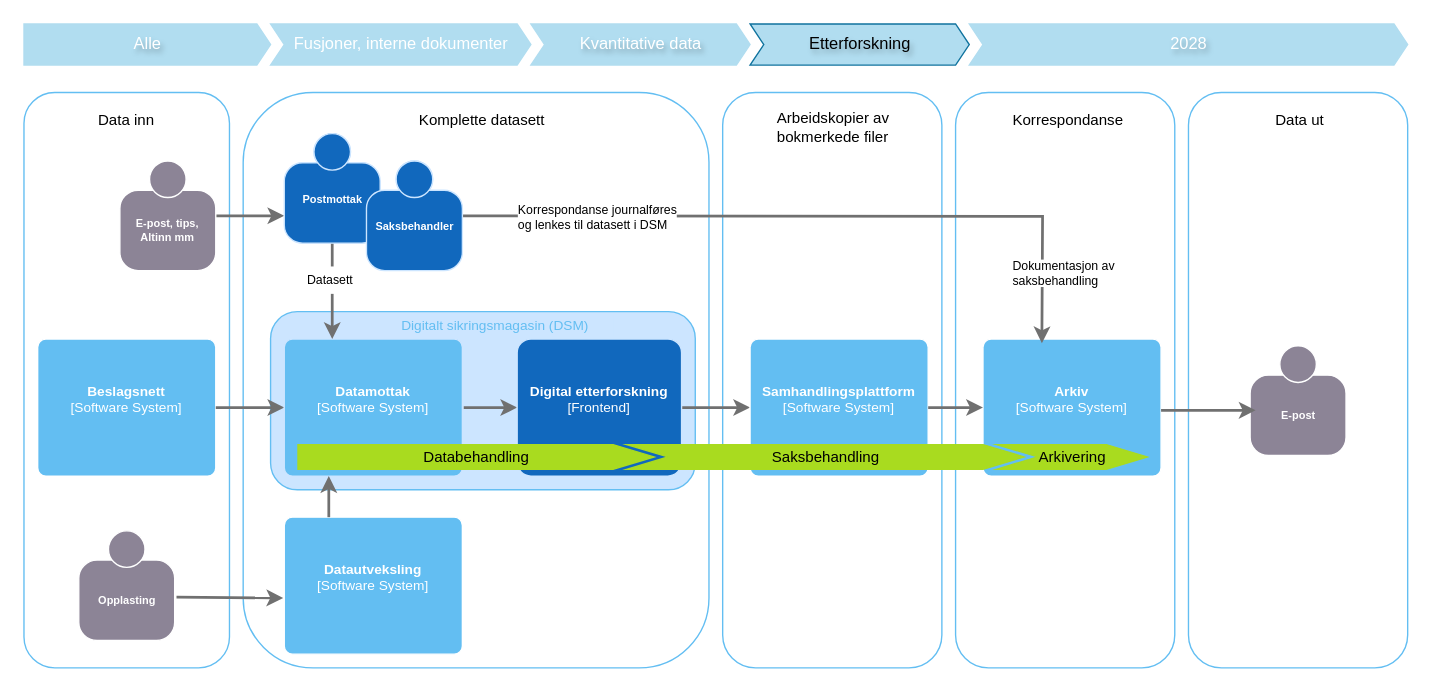
The draw.io diagram page "2026 Etterforskning" (4 of 8) of dataflyt.drawio in mortenee/draw.io, before the edit. Source tidied: cells renumbered, new cells numbered last; positions are measured from the earlier drawing's top-left corner, leaving out a move shared by most shapes. Both pictures are drawn from the tidied source at 137%, with x=0, y=0 at pixel (23, 23).
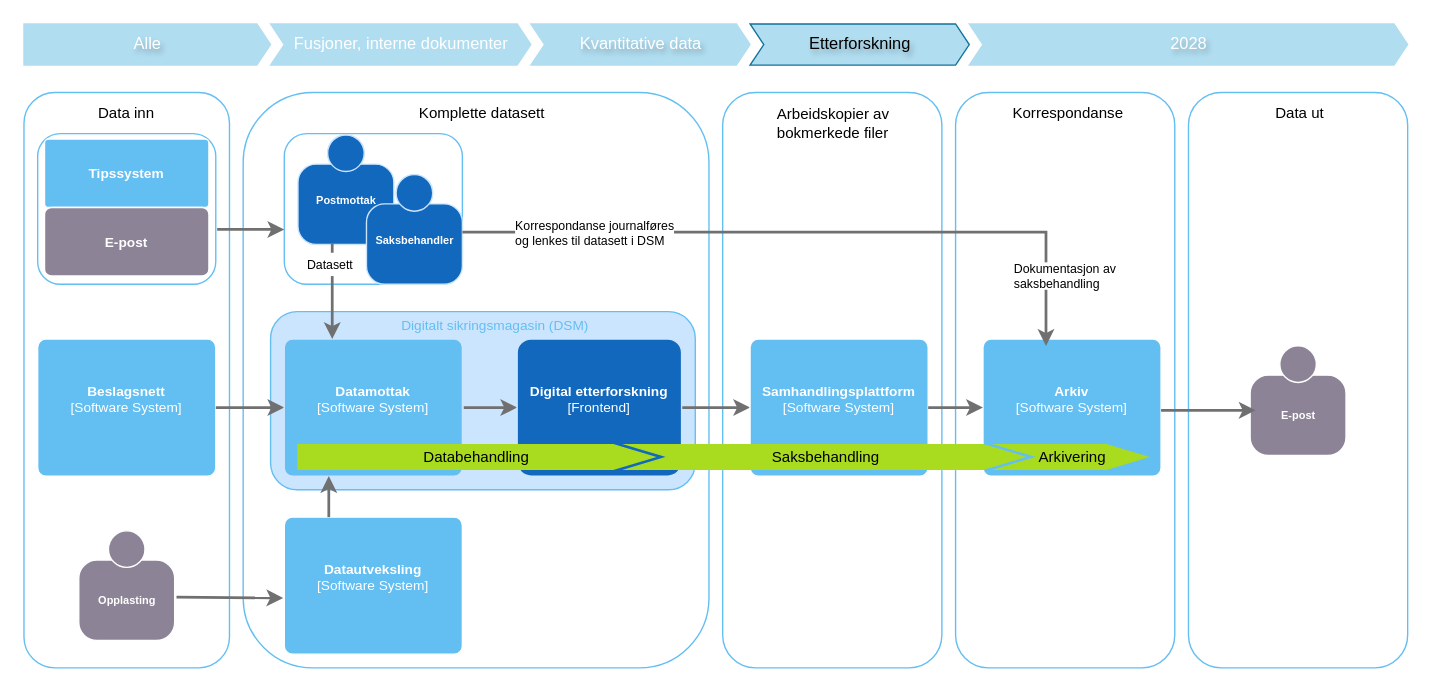
Above is the later version.

Change to the diagram source:
```diff
@@
     <mxCell id="14" value="Data inn" style="whiteSpace=wrap;html=1;gradientColor=none;strokeColor=none;fontSize=11;" parent="1" vertex="1">
-      <mxGeometry x="31" y="60" width="88" height="20" as="geometry" />
+      <mxGeometry x="31" y="55" width="88" height="20" as="geometry" />
     </mxCell>
     <mxCell id="15" value="&amp;nbsp; &amp;nbsp;Komplette datasett" style="whiteSpace=wrap;html=1;gradientColor=none;strokeColor=none;fontSize=11;" parent="1" vertex="1">
-      <mxGeometry x="214" y="60" width="232" height="20" as="geometry" />
+      <mxGeometry x="214" y="55" width="232" height="20" as="geometry" />
     </mxCell>
     <mxCell id="16" value="Arbeidskopier av bokmerkede filer" style="whiteSpace=wrap;html=1;gradientColor=none;strokeColor=none;align=left;fontSize=11;" parent="1" vertex="1">
-      <mxGeometry x="548" y="66" width="90" height="20" as="geometry" />
+      <mxGeometry x="548" y="63" width="90" height="20" as="geometry" />
     </mxCell>
     <mxCell id="17" value="Korrespondanse" style="whiteSpace=wrap;html=1;gradientColor=none;strokeColor=none;align=left;fontSize=11;" parent="1" vertex="1">
-      <mxGeometry x="720" y="60" width="105" height="20" as="geometry" />
+      <mxGeometry x="720" y="55" width="105" height="20" as="geometry" />
     </mxCell>
@@
     <mxCell id="20" value="Data ut" style="whiteSpace=wrap;html=1;gradientColor=none;strokeColor=none;fontSize=11;" parent="1" vertex="1">
-      <mxGeometry x="895" y="60" width="72.5" height="20" as="geometry" />
+      <mxGeometry x="895" y="55" width="72.5" height="20" as="geometry" />
     </mxCell>
@@
-    <mxCell id="31" style="edgeStyle=orthogonalEdgeStyle;rounded=0;orthogonalLoop=1;jettySize=auto;html=1;strokeColor=#707070;strokeWidth=2;fontColor=#707070;exitX=1;exitY=0.5;exitDx=0;exitDy=0;exitPerimeter=0;entryX=0.331;entryY=0.02;entryDx=0;entryDy=0;entryPerimeter=0;" parent="1" edge="1">
-      <mxGeometry relative="1" as="geometry">
-        <mxPoint x="320" y="140" as="sourcePoint" />
-        <mxPoint x="743" y="233" as="targetPoint" />
-      </mxGeometry>
-    </mxCell>
-    <mxCell id="32" value="Korrespondanse journalføres&lt;div&gt;&lt;span style=&quot;color: light-dark(rgb(0, 0, 0), rgb(255, 255, 255));&quot;&gt;og lenkes&amp;nbsp;&lt;/span&gt;&lt;span style=&quot;color: light-dark(rgb(0, 0, 0), rgb(255, 255, 255));&quot;&gt;til datasett i DSM&lt;/span&gt;&lt;/div&gt;" style="edgeLabel;html=1;align=left;verticalAlign=middle;fontSize=9;" parent="31" vertex="1">
-      <mxGeometry x="-0.74" y="-1" relative="1" as="geometry">
-        <mxPoint x="-28" y="-1" as="offset" />
-      </mxGeometry>
-    </mxCell>
@@
-    <mxCell id="39" style="edgeStyle=none;rounded=0;jettySize=auto;html=1;strokeColor=#707070;strokeWidth=2;fontColor=#707070;" parent="1" edge="1" source="40">
-      <mxGeometry relative="1" as="geometry">
-        <mxPoint x="190" y="140" as="targetPoint" />
-      </mxGeometry>
-    </mxCell>
-    <object id="40" label="&lt;b&gt;%c4Name%&lt;/b&gt;&lt;div&gt;%c4Description%&lt;/div&gt;" c4Description="" c4Name="E-post, tips, Altinn mm" placeholders="1">
-      <mxCell style="html=1;dashed=0;whitespace=wrap;fillColor=#8C8496;strokeColor=#FFFFFF;fontColor=#ffffff;shape=mxgraph.c4.person;align=center;points=[[0.5,0,0],[1,0.5,0],[1,0.75,0],[0.75,1,0],[0.5,1,0],[0.25,1,0],[0,0.75,0],[0,0.5,0]];metaData={&quot;c4Type&quot;:{&quot;editable&quot;:false}};rounded=1;verticalAlign=middle;arcSize=10;fontFamily=Helvetica;fontSize=8;labelBackgroundColor=none;whiteSpace=wrap;" parent="1" vertex="1">
-        <mxGeometry x="70" y="100" width="70" height="80" as="geometry" />
-      </mxCell>
-    </object>
-    <mxCell id="41" style="edgeStyle=none;rounded=0;jettySize=auto;html=1;strokeColor=#707070;strokeWidth=2;fontColor=#707070;exitX=0.5;exitY=1;exitDx=0;exitDy=0;exitPerimeter=0;" parent="1" edge="1" source="42">
-      <mxGeometry relative="1" as="geometry">
-        <mxPoint x="225" y="230" as="targetPoint" />
-      </mxGeometry>
-    </mxCell>
+    <mxCell id="46" style="rounded=1;whiteSpace=wrap;html=1;labelBorderColor=none;shadow=0;strokeColor=#63BEF2;" parent="1" vertex="1">
+      <mxGeometry x="190" y="80" width="130" height="110" as="geometry" />
+    </mxCell>
     <object id="42" label="&lt;b&gt;%c4Name%&lt;/b&gt;&lt;div&gt;%c4Description%&lt;/div&gt;" c4Description="" c4Name=" Postmottak" placeholders="1">
       <mxCell style="html=1;dashed=0;whitespace=wrap;fillColor=#1168BD;strokeColor=#CCE5FF;fontColor=#ffffff;shape=mxgraph.c4.person;align=center;points=[[0.5,0,0],[1,0.5,0],[1,0.75,0],[0.75,1,0],[0.5,1,0],[0.25,1,0],[0,0.75,0],[0,0.5,0]];metaData={&quot;c4Type&quot;:{&quot;editable&quot;:false}};rounded=1;verticalAlign=middle;arcSize=10;fontFamily=Helvetica;fontSize=8;labelBackgroundColor=none;spacingBottom=6;" parent="1" vertex="1">
-        <mxGeometry x="190" y="80" width="70" height="80" as="geometry" />
+        <mxGeometry x="200" y="81" width="70" height="80" as="geometry" />
       </mxCell>
     </object>
     <object id="43" label="&lt;b&gt;%c4Name%&lt;/b&gt;&lt;div&gt;%c4Description%&lt;/div&gt;" c4Description="" c4Name="Saksbehandler" placeholders="1">
       <mxCell style="html=1;dashed=0;whitespace=wrap;fillColor=#1168BD;strokeColor=#CCE5FF;fontColor=#ffffff;shape=mxgraph.c4.person;align=center;metaData={&quot;c4Type&quot;:{&quot;editable&quot;:false}};rounded=1;verticalAlign=middle;arcSize=10;fontFamily=Helvetica;fontSize=8;labelBackgroundColor=none;spacingBottom=6;" parent="1" vertex="1">
-        <mxGeometry x="250" y="100" width="70" height="80" as="geometry" />
+        <mxGeometry x="250" y="110" width="70" height="80" as="geometry" />
       </mxCell>
     </object>
+    <mxCell id="47" style="edgeStyle=none;rounded=0;orthogonalLoop=1;jettySize=auto;html=1;strokeColor=#707070;strokeWidth=2;fontColor=#707070;exitX=0.5;exitY=1;exitDx=0;exitDy=0;exitPerimeter=0;" parent="1" edge="1">
+      <mxGeometry relative="1" as="geometry">
+        <mxPoint x="225" y="160" as="sourcePoint" />
+        <mxPoint x="225" y="230" as="targetPoint" />
+      </mxGeometry>
+    </mxCell>
+    <mxCell id="45" value="Datasett" style="whiteSpace=wrap;html=1;gradientColor=none;strokeColor=none;align=left;fontSize=9;" parent="1" vertex="1">
+      <mxGeometry x="205" y="167" width="35" height="17" as="geometry" />
+    </mxCell>
+    <mxCell id="48" style="edgeStyle=none;rounded=0;orthogonalLoop=1;jettySize=auto;html=1;strokeColor=#707070;strokeWidth=2;fontColor=#707070;entryX=0;entryY=0.636;entryDx=0;entryDy=0;entryPerimeter=0;" parent="1" edge="1">
+      <mxGeometry relative="1" as="geometry">
+        <mxPoint x="141" y="150" as="sourcePoint" />
+        <mxPoint x="190" y="150" as="targetPoint" />
+      </mxGeometry>
+    </mxCell>
+    <mxCell id="49" style="rounded=1;whiteSpace=wrap;html=1;labelBorderColor=none;shadow=0;strokeColor=#63BEF2;" parent="1" vertex="1">
+      <mxGeometry x="10" y="80" width="130" height="110" as="geometry" />
+    </mxCell>
+    <object id="50" label="&lt;b&gt;%c4Name%&lt;/b&gt;&lt;div&gt;%c4Description%&lt;/div&gt;" c4Description="" c4Name="Tipssystem" placeholders="1">
+      <mxCell style="rounded=1;whiteSpace=wrap;html=1;labelBackgroundColor=none;fillColor=#63BEF2;fontColor=#ffffff;align=center;arcSize=6;strokeColor=#FFFFFF;spacingBottom=0;fontSize=10;verticalAlign=middle;fontFamily=Helvetica;" parent="1" vertex="1">
+        <mxGeometry x="15" y="84" width="120" height="50" as="geometry" />
+      </mxCell>
+    </object>
+    <object id="51" label="&lt;b&gt;%c4Name%&lt;/b&gt;&lt;div&gt;%c4Description%&lt;/div&gt;" c4Description="" c4Name="E-post" placeholders="1">
+      <mxCell style="rounded=1;whiteSpace=wrap;html=1;labelBackgroundColor=none;fillColor=#8C8496;fontColor=#ffffff;align=center;arcSize=10;strokeColor=#FFFFFF;spacingBottom=0;fontSize=10;" parent="1" vertex="1">
+        <mxGeometry x="15" y="134" width="120" height="50" as="geometry" />
+      </mxCell>
+    </object>
+    <mxCell id="52" style="edgeStyle=orthogonalEdgeStyle;rounded=0;orthogonalLoop=1;jettySize=auto;html=1;strokeColor=#707070;strokeWidth=2;fontColor=#707070;exitX=0.986;exitY=0.625;exitDx=0;exitDy=0;exitPerimeter=0;entryX=0.346;entryY=0.03;entryDx=0;entryDy=0;entryPerimeter=0;" parent="1" edge="1">
+      <mxGeometry relative="1" as="geometry">
+        <mxPoint x="320" y="152" as="sourcePoint" />
+        <mxPoint x="746" y="235" as="targetPoint" />
+        <Array as="points">
+          <mxPoint x="746" y="152" />
+        </Array>
+      </mxGeometry>
+    </mxCell>
+    <mxCell id="32" value="&lt;span&gt;Korrespondanse journalføres&lt;/span&gt;&lt;div&gt;&lt;span style=&quot;color: light-dark(rgb(0, 0, 0), rgb(255, 255, 255)); background-color: light-dark(#ffffff, var(--ge-dark-color, #121212));&quot;&gt;og lenkes&amp;nbsp;&lt;/span&gt;&lt;span style=&quot;color: light-dark(rgb(0, 0, 0), rgb(255, 255, 255)); background-color: light-dark(#ffffff, var(--ge-dark-color, #121212));&quot;&gt;til datasett i DSM&lt;/span&gt;&lt;/div&gt;" style="edgeLabel;html=1;align=left;verticalAlign=middle;fontSize=9;" parent="52" vertex="1">
+      <mxGeometry x="-0.74" y="-1" relative="1" as="geometry">
+        <mxPoint x="-29" y="-1" as="offset" />
+      </mxGeometry>
+    </mxCell>
     <mxCell id="44" value="Dokumentasjon av saksbehandling" style="whiteSpace=wrap;html=1;gradientColor=none;strokeColor=none;align=left;fontSize=9;" parent="1" vertex="1">
-      <mxGeometry x="720" y="172" width="91" height="20" as="geometry" />
+      <mxGeometry x="721" y="174" width="84" height="20" as="geometry" />
     </mxCell>
-    <mxCell id="45" value="Datasett" style="whiteSpace=wrap;html=1;gradientColor=none;strokeColor=none;align=left;fontSize=9;" parent="1" vertex="1">
-      <mxGeometry x="205" y="177" width="35" height="20" as="geometry" />
-    </mxCell>
```
